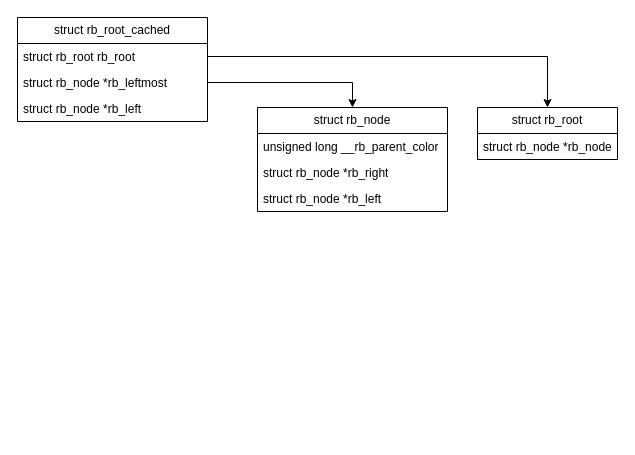
Before: 未命名绘图.drawio in lwiphelp/draw.io, a draw.io diagram. Source tidied: cells renumbered, new cells numbered last; positions are measured from the earlier drawing's top-left corner, leaving out a move shared by most shapes. Both pictures are drawn from the tidied source at 100%, with x=0, y=0 at pixel (17, 17).
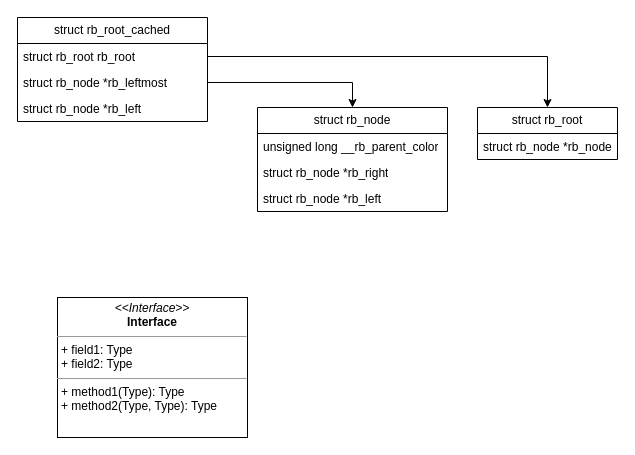
The same diagram, later.

What changed in the source:
```diff
@@
 <mxGraphModel>
   <root>
     <mxCell id="0" />
     <mxCell id="1" parent="0" />
     <mxCell id="2" value="struct rb_node" style="swimlane;fontStyle=0;horizontal=1;startSize=26;fillColor=none;whiteSpace=wrap;html=1;" parent="1" vertex="1">
       <mxGeometry x="240" y="90" width="190" height="104" as="geometry" />
     </mxCell>
     <mxCell id="3" value="unsigned long __rb_parent_color" style="text;strokeColor=none;fillColor=none;align=left;verticalAlign=top;spacingLeft=4;spacingRight=4;overflow=hidden;whiteSpace=wrap;html=1;" parent="2" vertex="1">
       <mxGeometry y="26" width="190" height="26" as="geometry" />
     </mxCell>
     <mxCell id="4" value="struct rb_node *rb_right" style="text;strokeColor=none;fillColor=none;align=left;verticalAlign=top;spacingLeft=4;spacingRight=4;overflow=hidden;whiteSpace=wrap;html=1;" parent="2" vertex="1">
       <mxGeometry y="52" width="190" height="26" as="geometry" />
     </mxCell>
     <mxCell id="5" value="struct rb_node *rb_left" style="text;strokeColor=none;fillColor=none;align=left;verticalAlign=top;spacingLeft=4;spacingRight=4;overflow=hidden;whiteSpace=wrap;html=1;" parent="2" vertex="1">
       <mxGeometry y="78" width="190" height="26" as="geometry" />
     </mxCell>
     <mxCell id="6" value="struct rb_root" style="swimlane;fontStyle=0;horizontal=1;startSize=26;fillColor=none;whiteSpace=wrap;html=1;" parent="1" vertex="1">
       <mxGeometry x="460" y="90" width="140" height="52" as="geometry" />
     </mxCell>
     <mxCell id="7" value="struct rb_node *rb_node" style="text;strokeColor=none;fillColor=none;align=left;verticalAlign=top;spacingLeft=4;spacingRight=4;overflow=hidden;whiteSpace=wrap;html=1;" parent="6" vertex="1">
       <mxGeometry y="26" width="140" height="26" as="geometry" />
     </mxCell>
     <mxCell id="8" value="struct rb_root_cached" style="swimlane;fontStyle=0;horizontal=1;startSize=26;fillColor=none;whiteSpace=wrap;html=1;" parent="1" vertex="1">
       <mxGeometry width="190" height="104" as="geometry" />
     </mxCell>
     <mxCell id="9" value="struct rb_root rb_root" style="text;strokeColor=none;fillColor=none;align=left;verticalAlign=top;spacingLeft=4;spacingRight=4;overflow=hidden;points=[[0,0.5],[1,0.5]];portConstraint=eastwest;whiteSpace=wrap;html=1;" parent="8" vertex="1">
       <mxGeometry y="26" width="190" height="26" as="geometry" />
     </mxCell>
     <mxCell id="10" value="struct rb_node *rb_leftmost" style="text;strokeColor=none;fillColor=none;align=left;verticalAlign=top;spacingLeft=4;spacingRight=4;overflow=hidden;points=[[0,0.5],[1,0.5]];portConstraint=eastwest;whiteSpace=wrap;html=1;" parent="8" vertex="1">
       <mxGeometry y="52" width="190" height="26" as="geometry" />
     </mxCell>
     <mxCell id="11" value="struct rb_node *rb_left" style="text;strokeColor=none;fillColor=none;align=left;verticalAlign=top;spacingLeft=4;spacingRight=4;overflow=hidden;whiteSpace=wrap;html=1;" parent="8" vertex="1">
       <mxGeometry y="78" width="190" height="26" as="geometry" />
     </mxCell>
     <mxCell id="12" style="edgeStyle=orthogonalEdgeStyle;rounded=0;jettySize=auto;html=1;entryX=0.5;entryY=0;entryDx=0;entryDy=0;" parent="1" edge="1" source="9" target="6">
       <mxGeometry relative="1" as="geometry" />
     </mxCell>
     <mxCell id="13" style="edgeStyle=orthogonalEdgeStyle;rounded=0;jettySize=auto;html=1;entryX=0.5;entryY=0;entryDx=0;entryDy=0;" parent="1" edge="1" source="10" target="2">
       <mxGeometry relative="1" as="geometry" />
     </mxCell>
+    <mxCell id="14" value="&lt;p style=&quot;margin:0px;margin-top:4px;text-align:center;&quot;&gt;&lt;i&gt;&amp;lt;&amp;lt;Interface&amp;gt;&amp;gt;&lt;/i&gt;&lt;br/&gt;&lt;b&gt;Interface&lt;/b&gt;&lt;/p&gt;&lt;hr size=&quot;1&quot;/&gt;&lt;p style=&quot;margin:0px;margin-left:4px;&quot;&gt;+ field1: Type&lt;br/&gt;+ field2: Type&lt;/p&gt;&lt;hr size=&quot;1&quot;/&gt;&lt;p style=&quot;margin:0px;margin-left:4px;&quot;&gt;+ method1(Type): Type&lt;br/&gt;+ method2(Type, Type): Type&lt;/p&gt;" style="verticalAlign=top;align=left;overflow=fill;fontSize=12;fontFamily=Helvetica;html=1;whiteSpace=wrap;" parent="1" vertex="1">
+      <mxGeometry x="40" y="280" width="190" height="140" as="geometry" />
+    </mxCell>
   </root>
 </mxGraphModel>
```
